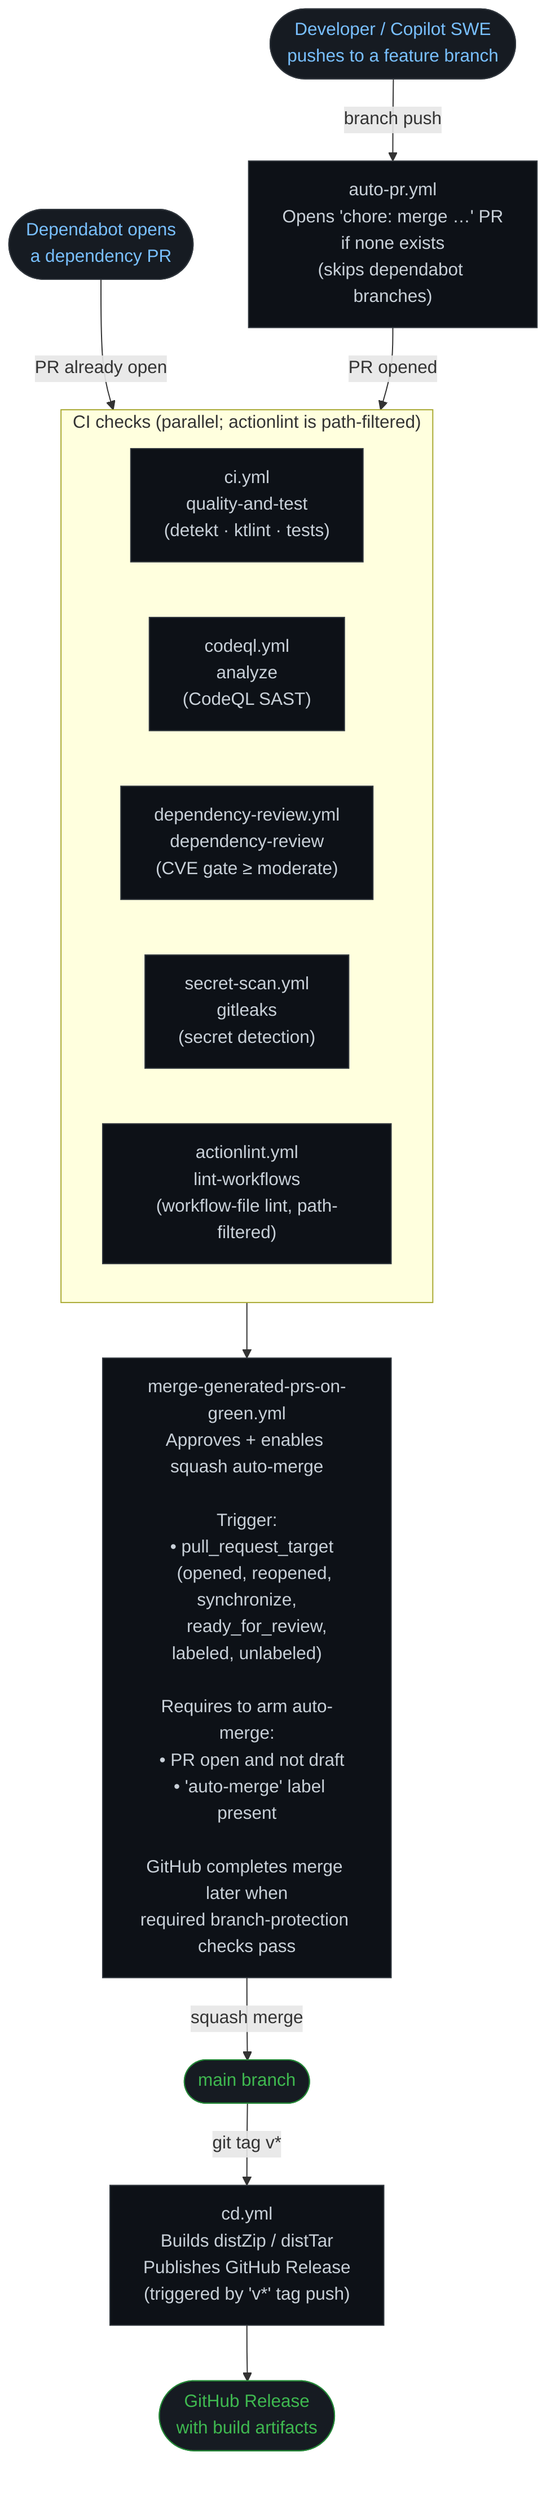
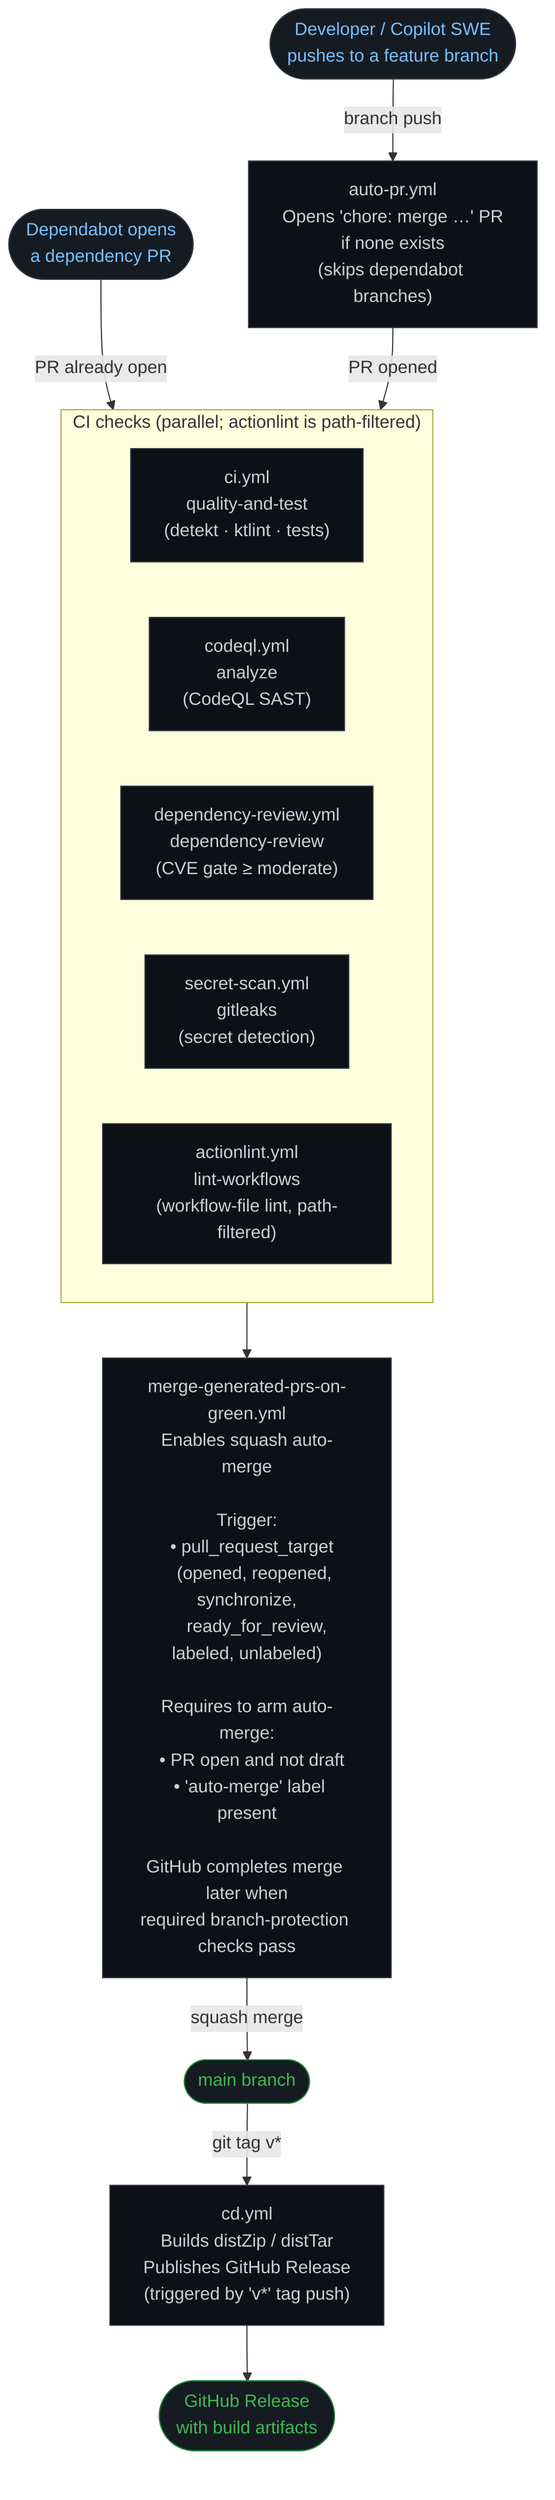
```mermaid
flowchart TD
    %% ── Entry points ──────────────────────────────────────────────────────────
    DEV([Developer / Copilot SWE\npushes to a feature branch])
    DEP([Dependabot opens\na dependency PR])

    %% ── Automation ────────────────────────────────────────────────────────────
    AUTO_PR["auto-pr.yml\nOpens 'chore: merge …' PR\nif none exists\n(skips dependabot branches)"]

    %% ── Required CI checks ────────────────────────────────────────────────────
    subgraph CI ["CI checks (parallel; actionlint is path-filtered)"]
        direction LR
        CI_JOB["ci.yml\nquality-and-test\n(detekt · ktlint · tests)"]
        CODEQL["codeql.yml\nanalyze\n(CodeQL SAST)"]
        DEPREVIEW["dependency-review.yml\ndependency-review\n(CVE gate ≥ moderate)"]
        SECRET["secret-scan.yml\ngitleaks\n(secret detection)"]
        ACTIONLINT["actionlint.yml\nlint-workflows\n(workflow-file lint, path-filtered)"]
    end

    %% ── Merge ─────────────────────────────────────────────────────────────────
-     MERGE["merge-generated-prs-on-green.yml\nApproves + enables squash auto-merge\n\nTrigger:\n  • pull_request_target\n    (opened, reopened, synchronize,\n     ready_for_review, labeled, unlabeled)\n\nRequires to arm auto-merge:\n  • PR open and not draft\n  • 'auto-merge' label present\n\nGitHub completes merge later when\nrequired branch-protection checks pass"]
+     MERGE["merge-generated-prs-on-green.yml\nEnables squash auto-merge\n\nTrigger:\n  • pull_request_target\n    (opened, reopened, synchronize,\n     ready_for_review, labeled, unlabeled)\n\nRequires to arm auto-merge:\n  • PR open and not draft\n  • 'auto-merge' label present\n\nGitHub completes merge later when\nrequired branch-protection checks pass"]

    %% ── CD ────────────────────────────────────────────────────────────────────
    MAIN([main branch])
    CD["cd.yml\nBuilds distZip / distTar\nPublishes GitHub Release\n(triggered by 'v*' tag push)"]
    RELEASE([GitHub Release\nwith build artifacts])

    %% ── Flow ──────────────────────────────────────────────────────────────────
    DEV -->|branch push| AUTO_PR
    DEP -->|PR already open| CI

    AUTO_PR -->|PR opened| CI
    CI --> MERGE

    MERGE -->|squash merge| MAIN

    MAIN -->|git tag v*| CD
    CD --> RELEASE

    %% ── Styling ───────────────────────────────────────────────────────────────
    classDef workflow fill:#0d1117,stroke:#30363d,color:#c9d1d9
    classDef actor    fill:#161b22,stroke:#30363d,color:#79c0ff,shape:stadium
    classDef external fill:#161b22,stroke:#238636,color:#3fb950,shape:stadium

    class AUTO_PR,CI_JOB,CODEQL,DEPREVIEW,SECRET,ACTIONLINT,MERGE,CD workflow
    class DEV,DEP actor
    class MAIN,RELEASE external
```
